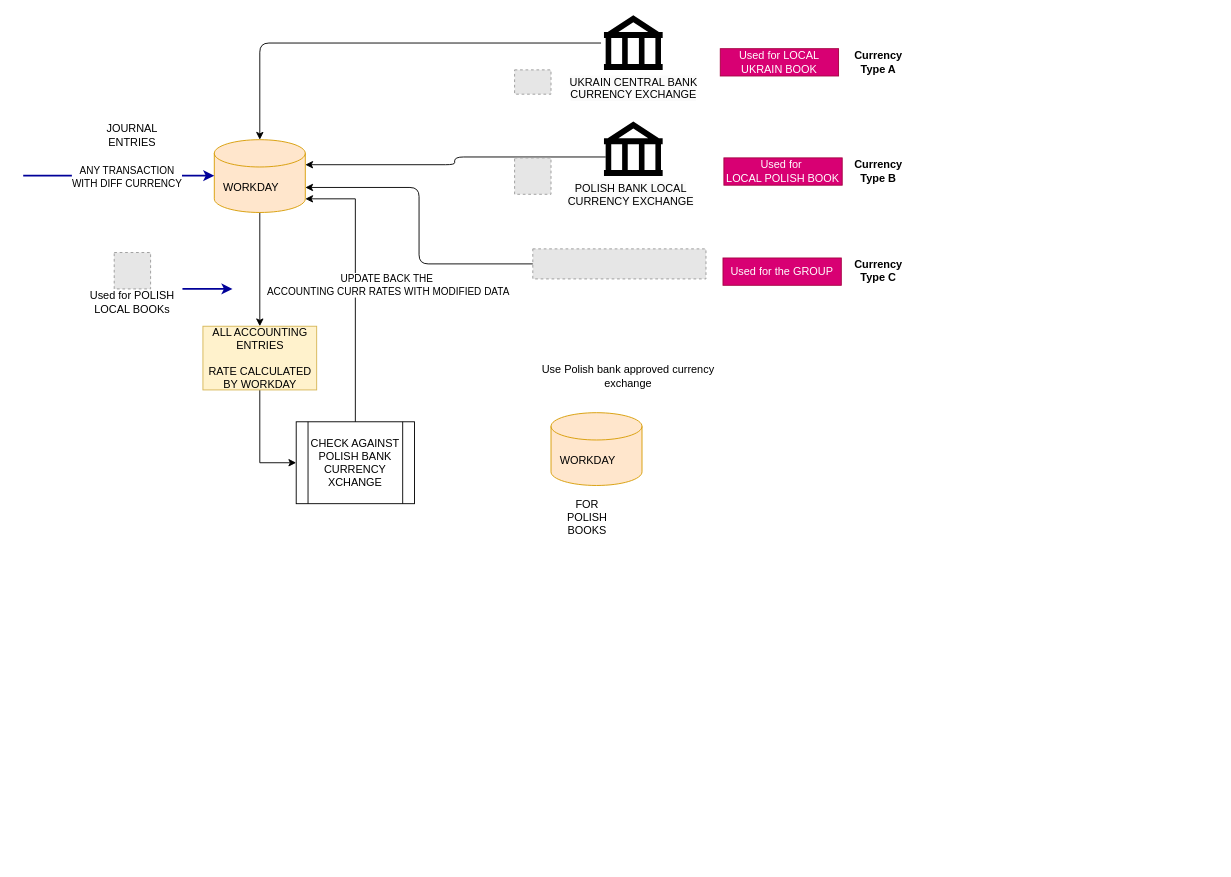
sandyaroma/sandyaroma keeps this draw.io diagram as Welltech Boomerang.drawio. Above is the earlier version. Source tidied: cells renumbered, new cells numbered last; positions are measured from the earlier drawing's top-left corner, leaving out a move shared by most shapes. Both pictures are drawn from the tidied source at 91%, with x=0, y=0 at pixel (23, 15). Pictures stored in the file or linked from it are replaced by grey dashed boxes.
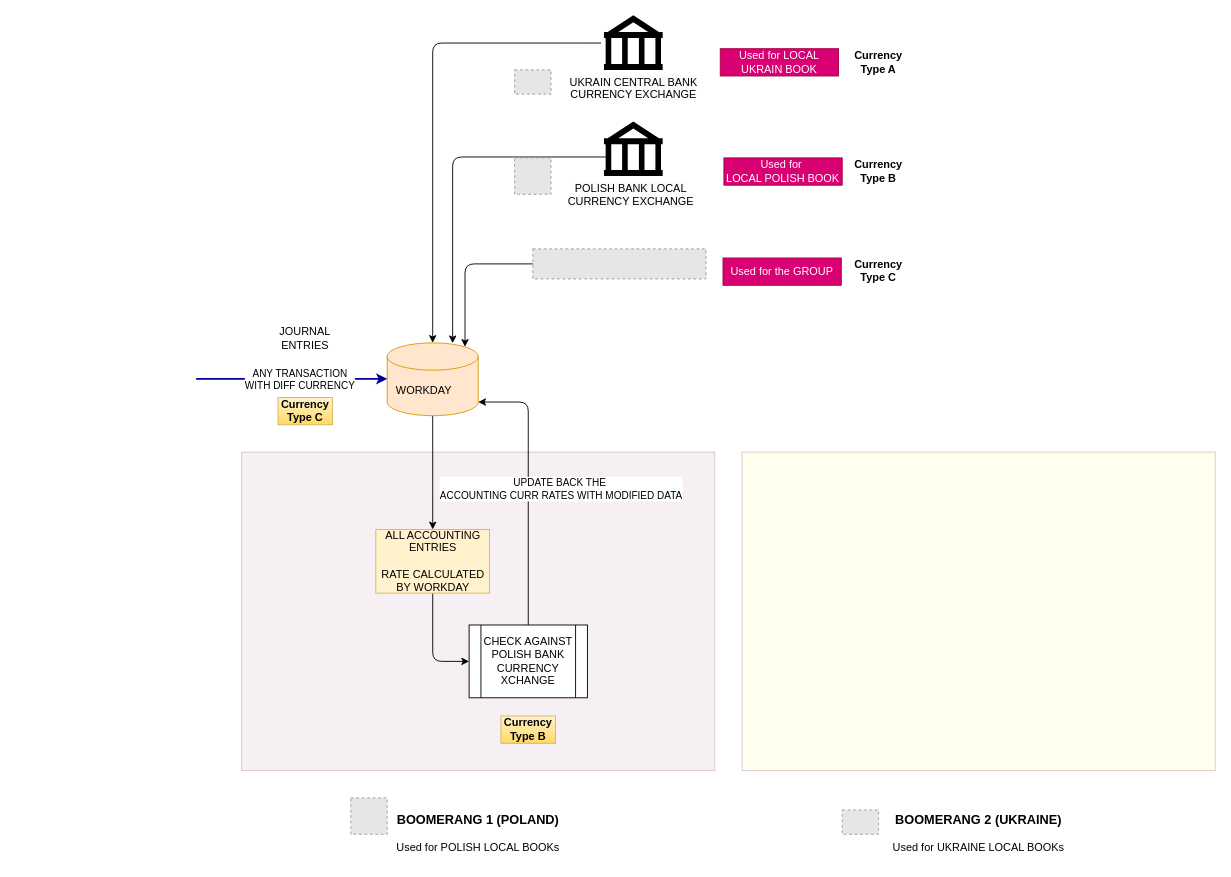
The same diagram, later.

Unchanged cells that the change refers to:
```xml
<mxCell id="7" style="fillColor=#E6E6E6;strokeColor=#999999;dashed=1;verticalLabelPosition=bottom;labelBackgroundColor=default;verticalAlign=top;" parent="1" vertex="1">
  <mxGeometry x="560" y="257" width="190.3" height="33" as="geometry" />
</mxCell>
<mxCell id="30" style="shape=mxgraph.signs.travel.bank;html=1;fillColor=#000000;strokeColor=none;verticalLabelPosition=bottom;verticalAlign=top;align=center;" parent="1" vertex="1">
  <mxGeometry x="638.2" y="117" width="64.5" height="60" as="geometry" />
</mxCell>
<mxCell id="33" style="shape=mxgraph.signs.travel.bank;html=1;fillColor=#000000;strokeColor=none;verticalLabelPosition=bottom;verticalAlign=top;align=center;" parent="1" vertex="1">
  <mxGeometry x="638.2" y="0.3" width="64.5" height="60" as="geometry" />
</mxCell>
```

What changed in the source:
```diff
@@
+    <mxCell id="34" value="&lt;div&gt;&lt;br&gt;&lt;/div&gt;&lt;div&gt;&lt;br&gt;&lt;/div&gt;&lt;div&gt;&lt;br&gt;&lt;/div&gt;&lt;div&gt;&lt;br&gt;&lt;/div&gt;&lt;div&gt;&lt;br&gt;&lt;/div&gt;&lt;div&gt;&lt;br&gt;&lt;/div&gt;&lt;div&gt;&lt;br&gt;&lt;/div&gt;&lt;div&gt;&lt;br&gt;&lt;/div&gt;&lt;div&gt;&lt;br&gt;&lt;/div&gt;&lt;div&gt;&lt;br&gt;&lt;/div&gt;&lt;div&gt;&lt;br&gt;&lt;/div&gt;&lt;div&gt;&lt;br&gt;&lt;/div&gt;&lt;div&gt;&lt;br&gt;&lt;/div&gt;&lt;div&gt;&lt;br&gt;&lt;/div&gt;&lt;div&gt;&lt;br&gt;&lt;/div&gt;&lt;div&gt;&lt;br&gt;&lt;/div&gt;&lt;div&gt;&lt;br&gt;&lt;/div&gt;&lt;div&gt;&lt;br&gt;&lt;/div&gt;&lt;div&gt;&lt;br&gt;&lt;/div&gt;&lt;div&gt;&lt;br&gt;&lt;/div&gt;&lt;div&gt;&lt;br&gt;&lt;/div&gt;&lt;div&gt;&lt;br&gt;&lt;/div&gt;&lt;div&gt;&lt;br&gt;&lt;/div&gt;&lt;div&gt;&lt;br&gt;&lt;/div&gt;&lt;div&gt;&lt;br&gt;&lt;/div&gt;&lt;div&gt;&lt;br&gt;&lt;/div&gt;&lt;div&gt;&lt;br&gt;&lt;/div&gt;&lt;div&gt;&lt;br&gt;&lt;/div&gt;&lt;div&gt;&lt;br&gt;&lt;/div&gt;&lt;div&gt;&lt;br&gt;&lt;/div&gt;&lt;div&gt;&lt;br&gt;&lt;/div&gt;&lt;div&gt;&lt;br&gt;&lt;/div&gt;&lt;b&gt;&lt;font style=&quot;font-size: 14px;&quot;&gt;BOOMERANG 1 (POLAND)&lt;/font&gt;&lt;/b&gt;" style="text;html=1;align=center;verticalAlign=middle;whiteSpace=wrap;rounded=0;fillColor=#e6d0de;gradientColor=none;strokeColor=#996185;opacity=35;" parent="1" vertex="1">
+      <mxGeometry x="240" y="480.3" width="520" height="350" as="geometry" />
+    </mxCell>
-    <mxCell id="2" style="edgeStyle=orthogonalEdgeStyle;rounded=0;jettySize=auto;html=1;exitX=0.5;exitY=1;exitDx=0;exitDy=0;exitPerimeter=0;" parent="1" edge="1" source="3" target="12">
+    <mxCell id="2" style="edgeStyle=orthogonalEdgeStyle;rounded=1;jettySize=auto;html=1;exitX=0.5;exitY=1;exitDx=0;exitDy=0;exitPerimeter=0;curved=0;" parent="1" edge="1" source="3" target="12">
       <mxGeometry relative="1" as="geometry" />
     </mxCell>
     <mxCell id="3" value="WORKDAY&lt;span style=&quot;white-space: pre;&quot;&gt;&#9;&lt;/span&gt;" style="shape=cylinder3;whiteSpace=wrap;html=1;boundedLbl=1;backgroundOutline=1;size=15;fillColor=#ffe6cc;strokeColor=#d79b00;" parent="1" vertex="1">
-      <mxGeometry x="210" y="137" width="100" height="80" as="geometry" />
+      <mxGeometry x="400" y="360.3" width="100" height="80" as="geometry" />
     </mxCell>
     <mxCell id="4" value="JOURNAL ENTRIES" style="text;html=1;align=center;verticalAlign=middle;whiteSpace=wrap;rounded=0;" parent="1" vertex="1">
-      <mxGeometry x="90" y="117" width="60" height="30" as="geometry" />
+      <mxGeometry x="280" y="340.3" width="60" height="30" as="geometry" />
     </mxCell>
     <mxCell id="5" style="edgeStyle=orthogonalEdgeStyle;rounded=1;jettySize=auto;html=1;entryX=0.5;entryY=0;entryDx=0;entryDy=0;entryPerimeter=0;curved=0;exitX=-0.05;exitY=0.508;exitDx=0;exitDy=0;exitPerimeter=0;" parent="1" edge="1" source="33" target="3">
       <mxGeometry relative="1" as="geometry">
         <Array as="points">
-          <mxPoint x="260" y="31" />
+          <mxPoint x="450" y="31.3" />
         </Array>
       </mxGeometry>
     </mxCell>
-    <mxCell id="6" style="edgeStyle=orthogonalEdgeStyle;rounded=1;jettySize=auto;html=1;entryX=1;entryY=0;entryDx=0;entryDy=27.5;entryPerimeter=0;curved=0;exitX=0.03;exitY=0.65;exitDx=0;exitDy=0;exitPerimeter=0;" parent="1" edge="1" source="30" target="3">
+    <mxCell id="6" style="edgeStyle=orthogonalEdgeStyle;rounded=1;jettySize=auto;html=1;entryX=0.719;entryY=0.005;entryDx=0;entryDy=0;entryPerimeter=0;curved=0;exitX=0.03;exitY=0.65;exitDx=0;exitDy=0;exitPerimeter=0;" parent="1" edge="1" source="30" target="3">
       <mxGeometry relative="1" as="geometry" />
     </mxCell>
@@
-    <mxCell id="8" style="edgeStyle=orthogonalEdgeStyle;rounded=1;jettySize=auto;html=1;entryX=1;entryY=0;entryDx=0;entryDy=52.5;entryPerimeter=0;curved=0;" parent="1" edge="1" source="7" target="3">
+    <mxCell id="8" style="edgeStyle=orthogonalEdgeStyle;rounded=1;jettySize=auto;html=1;entryX=0.855;entryY=0;entryDx=0;entryDy=4.35;entryPerimeter=0;curved=0;" parent="1" edge="1" source="7" target="3">
       <mxGeometry relative="1" as="geometry" />
     </mxCell>
     <mxCell id="9" style="endArrow=classic;html=1;rounded=0;strokeWidth=2;strokeColor=#000099;" parent="1" edge="1">
       <mxGeometry relative="1" as="geometry">
-        <mxPoint y="176.5" as="sourcePoint" />
-        <mxPoint x="210" y="176.5" as="targetPoint" />
+        <mxPoint x="190" y="399.8" as="sourcePoint" />
+        <mxPoint x="400" y="399.8" as="targetPoint" />
       </mxGeometry>
     </mxCell>
@@
-    <mxCell id="11" style="edgeStyle=orthogonalEdgeStyle;rounded=0;jettySize=auto;html=1;exitX=0.5;exitY=1;exitDx=0;exitDy=0;entryX=0;entryY=0.5;entryDx=0;entryDy=0;" parent="1" edge="1" source="12" target="13">
+    <mxCell id="11" style="edgeStyle=orthogonalEdgeStyle;rounded=1;jettySize=auto;html=1;exitX=0.5;exitY=1;exitDx=0;exitDy=0;entryX=0;entryY=0.5;entryDx=0;entryDy=0;curved=0;" parent="1" edge="1" source="12" target="13">
       <mxGeometry relative="1" as="geometry" />
     </mxCell>
     <mxCell id="12" value="ALL ACCOUNTING ENTRIES&lt;div&gt;&lt;br&gt;&lt;/div&gt;&lt;div&gt;RATE CALCULATED BY WORKDAY&lt;/div&gt;" style="text;html=1;align=center;verticalAlign=middle;whiteSpace=wrap;rounded=0;fillColor=#fff2cc;strokeColor=#d6b656;" parent="1" vertex="1">
-      <mxGeometry x="197.5" y="342" width="125" height="70" as="geometry" />
+      <mxGeometry x="387.5" y="565.3" width="125" height="70" as="geometry" />
     </mxCell>
     <mxCell id="13" value="CHECK AGAINST POLISH BANK CURRENCY XCHANGE" style="shape=process;whiteSpace=wrap;html=1;backgroundOutline=1;" parent="1" vertex="1">
-      <mxGeometry x="300" y="447" width="130" height="90" as="geometry" />
+      <mxGeometry x="490" y="670.3" width="130" height="80" as="geometry" />
     </mxCell>
-    <mxCell id="14" style="edgeStyle=orthogonalEdgeStyle;rounded=0;jettySize=auto;html=1;entryX=1;entryY=1;entryDx=0;entryDy=-15;entryPerimeter=0;" parent="1" edge="1" source="13" target="3">
+    <mxCell id="14" style="edgeStyle=orthogonalEdgeStyle;rounded=1;jettySize=auto;html=1;entryX=1;entryY=1;entryDx=0;entryDy=-15;entryPerimeter=0;curved=0;" parent="1" edge="1" source="13" target="3">
       <mxGeometry relative="1" as="geometry" />
     </mxCell>
@@
-    <mxCell id="16" value="WORKDAY&lt;span style=&quot;white-space: pre;&quot;&gt;&#9;&lt;/span&gt;" style="shape=cylinder3;whiteSpace=wrap;html=1;boundedLbl=1;backgroundOutline=1;size=15;fillColor=#ffe6cc;strokeColor=#d79b00;" parent="1" vertex="1">
-      <mxGeometry x="580" y="437" width="100" height="80" as="geometry" />
-    </mxCell>
-    <mxCell id="17" value="FOR POLISH BOOKS" style="text;html=1;align=center;verticalAlign=middle;whiteSpace=wrap;rounded=0;" parent="1" vertex="1">
-      <mxGeometry x="590" y="537" width="60" height="30" as="geometry" />
-    </mxCell>
-    <mxCell id="18" value="Use Polish bank approved currency exchange" style="text;html=1;align=center;verticalAlign=middle;whiteSpace=wrap;rounded=0;" parent="1" vertex="1">
-      <mxGeometry x="545" y="382" width="240" height="30" as="geometry" />
-    </mxCell>
@@
     <mxCell id="27" style="fillColor=#E6E6E6;strokeColor=#999999;dashed=1;html=1;verticalAlign=top;verticalLabelPosition=bottom;labelBackgroundColor=#ffffff;" parent="1" vertex="1">
-      <mxGeometry x="100" y="261" width="40" height="40" as="geometry" />
+      <mxGeometry x="360" y="860.3" width="40" height="40" as="geometry" />
     </mxCell>
     <mxCell id="28" value="Used for POLISH LOCAL BOOKs" style="text;html=1;align=center;verticalAlign=middle;whiteSpace=wrap;rounded=0;" parent="1" vertex="1">
-      <mxGeometry x="65" y="301" width="110" height="30" as="geometry" />
+      <mxGeometry x="396.2" y="900.3" width="207.5" height="30" as="geometry" />
     </mxCell>
-    <mxCell id="29" style="endArrow=classic;html=1;rounded=0;exitX=1;exitY=0;exitDx=0;exitDy=0;strokeWidth=2;strokeColor=#000099;" parent="1" edge="1" source="28">
-      <mxGeometry relative="1" as="geometry">
-        <mxPoint x="230" y="301" as="targetPoint" />
-      </mxGeometry>
-    </mxCell>
@@
+    <mxCell id="35" value="&lt;b&gt;Currency Type C&lt;/b&gt;" style="text;html=1;align=center;verticalAlign=middle;whiteSpace=wrap;rounded=0;fillColor=#fff2cc;gradientColor=#ffd966;strokeColor=#d6b656;" parent="1" vertex="1">
+      <mxGeometry x="280" y="420.3" width="60" height="30" as="geometry" />
+    </mxCell>
+    <mxCell id="36" value="&lt;b&gt;Currency Type B&lt;/b&gt;" style="text;html=1;align=center;verticalAlign=middle;whiteSpace=wrap;rounded=0;fillColor=#fff2cc;gradientColor=#ffd966;strokeColor=#d6b656;" parent="1" vertex="1">
+      <mxGeometry x="525" y="770.3" width="60" height="30" as="geometry" />
+    </mxCell>
+    <mxCell id="37" value="&lt;div&gt;&lt;br&gt;&lt;/div&gt;&lt;div&gt;&lt;br&gt;&lt;/div&gt;&lt;div&gt;&lt;br&gt;&lt;/div&gt;&lt;div&gt;&lt;br&gt;&lt;/div&gt;&lt;div&gt;&lt;br&gt;&lt;/div&gt;&lt;div&gt;&lt;br&gt;&lt;/div&gt;&lt;div&gt;&lt;br&gt;&lt;/div&gt;&lt;div&gt;&lt;br&gt;&lt;/div&gt;&lt;div&gt;&lt;br&gt;&lt;/div&gt;&lt;div&gt;&lt;br&gt;&lt;/div&gt;&lt;div&gt;&lt;br&gt;&lt;/div&gt;&lt;div&gt;&lt;br&gt;&lt;/div&gt;&lt;div&gt;&lt;br&gt;&lt;/div&gt;&lt;div&gt;&lt;br&gt;&lt;/div&gt;&lt;div&gt;&lt;br&gt;&lt;/div&gt;&lt;div&gt;&lt;br&gt;&lt;/div&gt;&lt;div&gt;&lt;br&gt;&lt;/div&gt;&lt;div&gt;&lt;br&gt;&lt;/div&gt;&lt;div&gt;&lt;br&gt;&lt;/div&gt;&lt;div&gt;&lt;br&gt;&lt;/div&gt;&lt;div&gt;&lt;br&gt;&lt;/div&gt;&lt;div&gt;&lt;br&gt;&lt;/div&gt;&lt;div&gt;&lt;br&gt;&lt;/div&gt;&lt;div&gt;&lt;br&gt;&lt;/div&gt;&lt;div&gt;&lt;br&gt;&lt;/div&gt;&lt;div&gt;&lt;br&gt;&lt;/div&gt;&lt;div&gt;&lt;br&gt;&lt;/div&gt;&lt;div&gt;&lt;br&gt;&lt;/div&gt;&lt;div&gt;&lt;br&gt;&lt;/div&gt;&lt;div&gt;&lt;br&gt;&lt;/div&gt;&lt;div&gt;&lt;br&gt;&lt;/div&gt;&lt;div&gt;&lt;br&gt;&lt;/div&gt;&lt;b&gt;&lt;font style=&quot;font-size: 14px;&quot;&gt;BOOMERANG 2 (UKRAINE)&lt;/font&gt;&lt;/b&gt;" style="text;html=1;align=center;verticalAlign=middle;whiteSpace=wrap;rounded=0;fillColor=#FFFFCC;gradientColor=none;strokeColor=#996185;opacity=35;" parent="1" vertex="1">
+      <mxGeometry x="790" y="480.3" width="520" height="350" as="geometry" />
+    </mxCell>
+    <mxCell id="38" value="Used for UKRAINE LOCAL BOOKs" style="text;html=1;align=center;verticalAlign=middle;whiteSpace=wrap;rounded=0;" parent="1" vertex="1">
+      <mxGeometry x="946.2" y="900.3" width="207.5" height="30" as="geometry" />
+    </mxCell>
+    <mxCell id="39" style="fillColor=#E6E6E6;strokeColor=#999999;dashed=1;verticalLabelPosition=bottom;labelBackgroundColor=default;verticalAlign=top;" parent="1" vertex="1">
+      <mxGeometry x="900" y="873.6" width="40" height="26.7" as="geometry" />
+    </mxCell>
```
